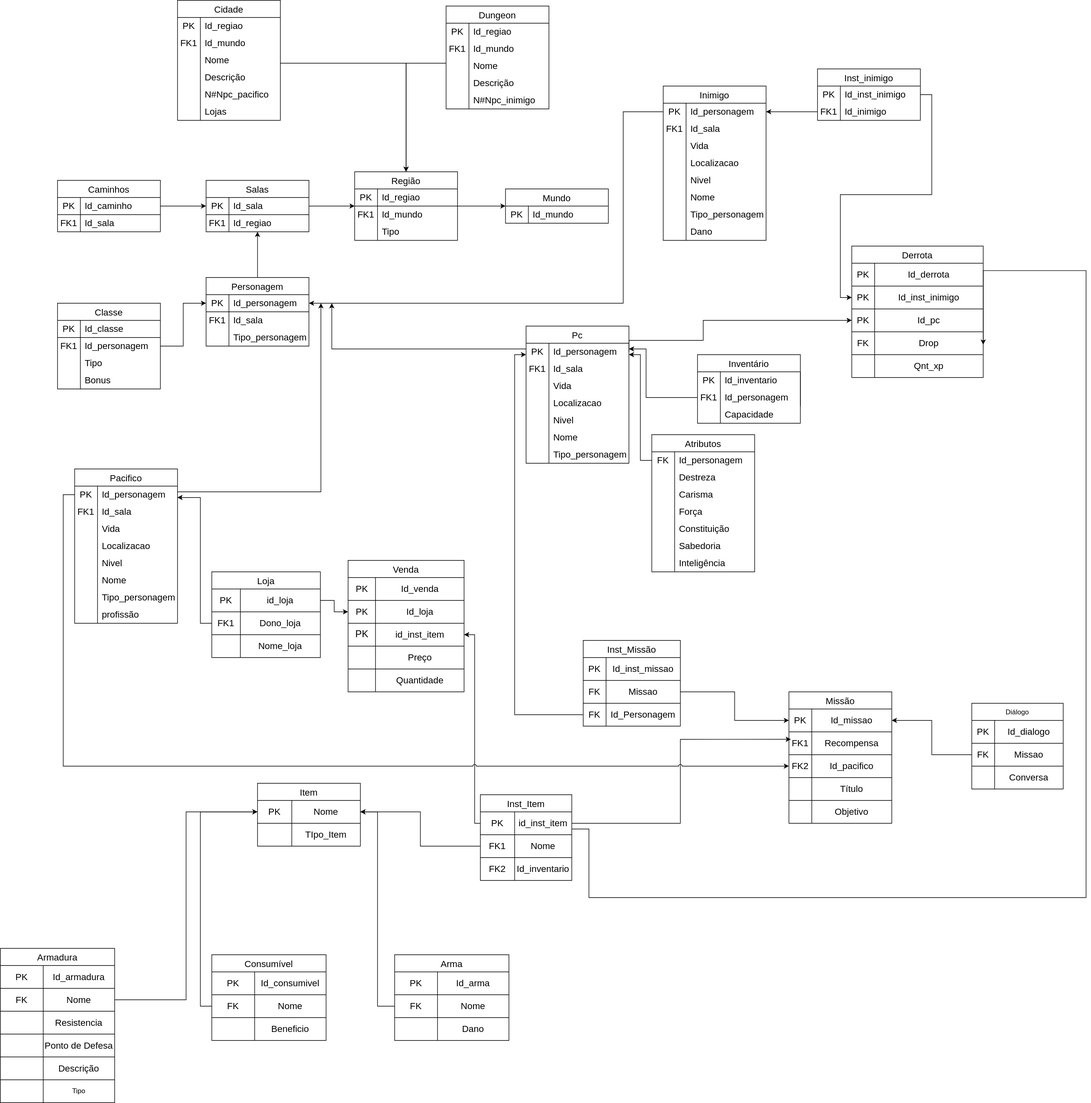
The draw.io diagram docs/modulo_01/MER.drawio.svg in SBD1/2024.2-D-D-classico, before a commit. Source tidied: cells renumbered, new cells last; positions are measured from the earlier drawing's top-left corner, leaving out a move shared by most shapes.
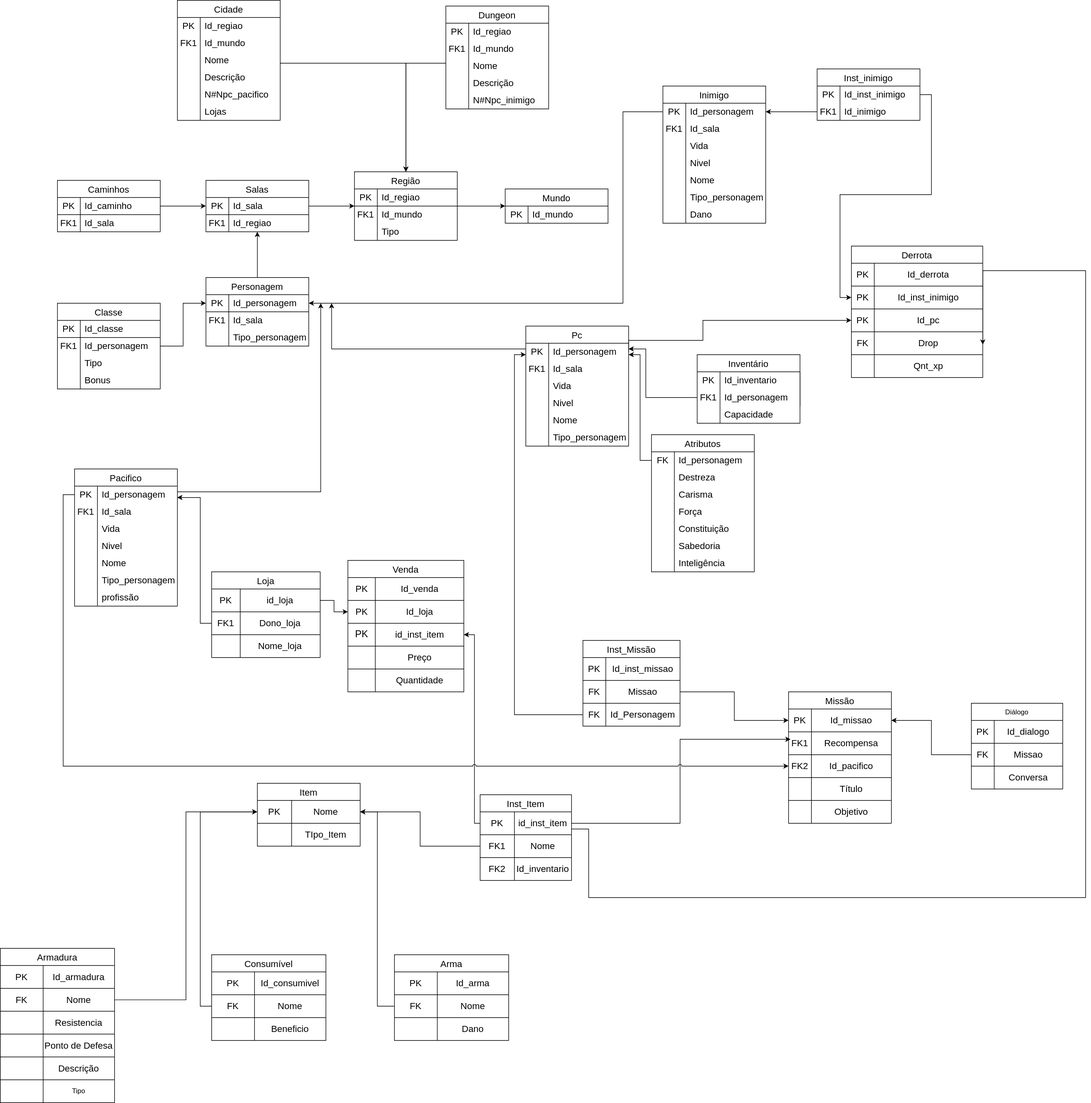
Above is the later version.

The edit, as a diff of the source:
```diff
@@ -70,7 +70,7 @@
     <mxCell id="21" style="edgeStyle=orthogonalEdgeStyle;rounded=0;jettySize=auto;html=1;" parent="1" edge="1" source="31" target="23">
       <mxGeometry relative="1" as="geometry" />
     </mxCell>
-    <mxCell id="22" style="edgeStyle=orthogonalEdgeStyle;rounded=0;jettySize=auto;html=1;" parent="1" edge="1" source="40" target="23">
+    <mxCell id="22" style="edgeStyle=orthogonalEdgeStyle;rounded=0;jettySize=auto;html=1;entryX=0.5;entryY=1;entryDx=0;entryDy=0;" parent="1" edge="1" source="40" target="23">
       <mxGeometry relative="1" as="geometry" />
     </mxCell>
     <mxCell id="23" value="Salas" style="shape=table;startSize=30;rowLines=0;fontStyle=0;strokeColor=default;fontSize=16;" parent="1" vertex="1">
@@ -600,7 +600,7 @@
       <mxGeometry relative="1" as="geometry" />
     </mxCell>
     <mxCell id="190" value="Pc" style="shape=table;startSize=30;rowLines=0;fontStyle=0;strokeColor=default;fontSize=16;" parent="1" vertex="1">
-      <mxGeometry x="920" y="570" width="180" height="240" as="geometry" />
+      <mxGeometry x="920" y="570" width="180" height="210" as="geometry" />
     </mxCell>
     <mxCell id="191" style="shape=tableRow;horizontal=0;startSize=0;swimlaneHead=0;swimlaneBody=0;top=0;left=0;bottom=0;right=0;fillColor=none;points=[[0,0.5],[1,0.5]];portConstraint=eastwest;strokeColor=inherit;fontSize=16;" parent="190" vertex="1">
       <mxGeometry y="30" width="180" height="30" as="geometry" />
@@ -629,17 +629,8 @@
     <mxCell id="199" value="Vida" style="shape=partialRectangle;html=1;whiteSpace=wrap;fillColor=none;top=0;left=0;bottom=0;right=0;align=left;spacingLeft=6;overflow=hidden;strokeColor=inherit;fontSize=16;" parent="197" vertex="1">
       <mxGeometry x="40" width="140" height="30" as="geometry" />
     </mxCell>
-    <mxCell id="200" style="shape=tableRow;horizontal=0;startSize=0;swimlaneHead=0;swimlaneBody=0;top=0;left=0;bottom=0;right=0;fillColor=none;strokeColor=inherit;fontSize=16;" parent="190" vertex="1">
-      <mxGeometry y="120" width="180" height="30" as="geometry" />
-    </mxCell>
-    <mxCell id="201" style="shape=partialRectangle;html=1;whiteSpace=wrap;fillColor=none;top=0;left=0;bottom=0;right=0;overflow=hidden;strokeColor=inherit;fontSize=16;" parent="200" vertex="1">
-      <mxGeometry width="40" height="30" as="geometry" />
-    </mxCell>
-    <mxCell id="202" value="Localizacao" style="shape=partialRectangle;html=1;whiteSpace=wrap;fillColor=none;top=0;left=0;bottom=0;right=0;align=left;spacingLeft=6;overflow=hidden;strokeColor=inherit;fontSize=16;" parent="200" vertex="1">
-      <mxGeometry x="40" width="140" height="30" as="geometry" />
-    </mxCell>
     <mxCell id="203" style="shape=tableRow;horizontal=0;startSize=0;swimlaneHead=0;swimlaneBody=0;top=0;left=0;bottom=0;right=0;fillColor=none;strokeColor=inherit;fontSize=16;" parent="190" vertex="1">
-      <mxGeometry y="150" width="180" height="30" as="geometry" />
+      <mxGeometry y="120" width="180" height="30" as="geometry" />
     </mxCell>
     <mxCell id="204" style="shape=partialRectangle;html=1;whiteSpace=wrap;fillColor=none;top=0;left=0;bottom=0;right=0;overflow=hidden;strokeColor=inherit;fontSize=16;" parent="203" vertex="1">
       <mxGeometry width="40" height="30" as="geometry" />
@@ -648,7 +639,7 @@
       <mxGeometry x="40" width="140" height="30" as="geometry" />
     </mxCell>
     <mxCell id="206" style="shape=tableRow;horizontal=0;startSize=0;swimlaneHead=0;swimlaneBody=0;top=0;left=0;bottom=0;right=0;fillColor=none;strokeColor=inherit;fontSize=16;" parent="190" vertex="1">
-      <mxGeometry y="180" width="180" height="30" as="geometry" />
+      <mxGeometry y="150" width="180" height="30" as="geometry" />
     </mxCell>
     <mxCell id="207" style="shape=partialRectangle;html=1;whiteSpace=wrap;fillColor=none;top=0;left=0;bottom=0;right=0;overflow=hidden;strokeColor=inherit;fontSize=16;" parent="206" vertex="1">
       <mxGeometry width="40" height="30" as="geometry" />
@@ -657,7 +648,7 @@
       <mxGeometry x="40" width="140" height="30" as="geometry" />
     </mxCell>
     <mxCell id="209" style="shape=tableRow;horizontal=0;startSize=0;swimlaneHead=0;swimlaneBody=0;top=0;left=0;bottom=0;right=0;fillColor=none;strokeColor=inherit;fontSize=16;" parent="190" vertex="1">
-      <mxGeometry y="210" width="180" height="30" as="geometry" />
+      <mxGeometry y="180" width="180" height="30" as="geometry" />
     </mxCell>
     <mxCell id="210" style="shape=partialRectangle;html=1;whiteSpace=wrap;fillColor=none;top=0;left=0;bottom=0;right=0;overflow=hidden;strokeColor=inherit;fontSize=16;" parent="209" vertex="1">
       <mxGeometry width="40" height="30" as="geometry" />
@@ -732,7 +723,7 @@
       <mxGeometry x="40" width="140" height="30" as="geometry" />
     </mxCell>
     <mxCell id="234" value="Pacifico" style="shape=table;startSize=30;rowLines=0;fontStyle=0;strokeColor=default;fontSize=16;" parent="1" vertex="1">
-      <mxGeometry x="130" y="820" width="180" height="270" as="geometry" />
+      <mxGeometry x="130" y="820" width="180" height="240" as="geometry" />
     </mxCell>
     <mxCell id="235" style="shape=tableRow;horizontal=0;startSize=0;swimlaneHead=0;swimlaneBody=0;top=0;left=0;bottom=0;right=0;fillColor=none;points=[[0,0.5],[1,0.5]];portConstraint=eastwest;strokeColor=inherit;fontSize=16;" parent="234" vertex="1">
       <mxGeometry y="30" width="180" height="30" as="geometry" />
@@ -761,17 +752,8 @@
     <mxCell id="243" value="Vida" style="shape=partialRectangle;html=1;whiteSpace=wrap;fillColor=none;top=0;left=0;bottom=0;right=0;align=left;spacingLeft=6;overflow=hidden;strokeColor=inherit;fontSize=16;" parent="241" vertex="1">
       <mxGeometry x="40" width="140" height="30" as="geometry" />
     </mxCell>
-    <mxCell id="244" style="shape=tableRow;horizontal=0;startSize=0;swimlaneHead=0;swimlaneBody=0;top=0;left=0;bottom=0;right=0;fillColor=none;strokeColor=inherit;fontSize=16;" parent="234" vertex="1">
-      <mxGeometry y="120" width="180" height="30" as="geometry" />
-    </mxCell>
-    <mxCell id="245" style="shape=partialRectangle;html=1;whiteSpace=wrap;fillColor=none;top=0;left=0;bottom=0;right=0;overflow=hidden;strokeColor=inherit;fontSize=16;" parent="244" vertex="1">
-      <mxGeometry width="40" height="30" as="geometry" />
-    </mxCell>
-    <mxCell id="246" value="Localizacao" style="shape=partialRectangle;html=1;whiteSpace=wrap;fillColor=none;top=0;left=0;bottom=0;right=0;align=left;spacingLeft=6;overflow=hidden;strokeColor=inherit;fontSize=16;" parent="244" vertex="1">
-      <mxGeometry x="40" width="140" height="30" as="geometry" />
-    </mxCell>
     <mxCell id="247" style="shape=tableRow;horizontal=0;startSize=0;swimlaneHead=0;swimlaneBody=0;top=0;left=0;bottom=0;right=0;fillColor=none;strokeColor=inherit;fontSize=16;" parent="234" vertex="1">
-      <mxGeometry y="150" width="180" height="30" as="geometry" />
+      <mxGeometry y="120" width="180" height="30" as="geometry" />
     </mxCell>
     <mxCell id="248" style="shape=partialRectangle;html=1;whiteSpace=wrap;fillColor=none;top=0;left=0;bottom=0;right=0;overflow=hidden;strokeColor=inherit;fontSize=16;" parent="247" vertex="1">
       <mxGeometry width="40" height="30" as="geometry" />
@@ -780,7 +762,7 @@
       <mxGeometry x="40" width="140" height="30" as="geometry" />
     </mxCell>
     <mxCell id="250" style="shape=tableRow;horizontal=0;startSize=0;swimlaneHead=0;swimlaneBody=0;top=0;left=0;bottom=0;right=0;fillColor=none;strokeColor=inherit;fontSize=16;" parent="234" vertex="1">
-      <mxGeometry y="180" width="180" height="30" as="geometry" />
+      <mxGeometry y="150" width="180" height="30" as="geometry" />
     </mxCell>
     <mxCell id="251" style="shape=partialRectangle;html=1;whiteSpace=wrap;fillColor=none;top=0;left=0;bottom=0;right=0;overflow=hidden;strokeColor=inherit;fontSize=16;" parent="250" vertex="1">
       <mxGeometry width="40" height="30" as="geometry" />
@@ -789,7 +771,7 @@
       <mxGeometry x="40" width="140" height="30" as="geometry" />
     </mxCell>
     <mxCell id="253" style="shape=tableRow;horizontal=0;startSize=0;swimlaneHead=0;swimlaneBody=0;top=0;left=0;bottom=0;right=0;fillColor=none;strokeColor=inherit;fontSize=16;" parent="234" vertex="1">
-      <mxGeometry y="210" width="180" height="30" as="geometry" />
+      <mxGeometry y="180" width="180" height="30" as="geometry" />
     </mxCell>
     <mxCell id="254" style="shape=partialRectangle;html=1;whiteSpace=wrap;fillColor=none;top=0;left=0;bottom=0;right=0;overflow=hidden;strokeColor=inherit;fontSize=16;" parent="253" vertex="1">
       <mxGeometry width="40" height="30" as="geometry" />
@@ -798,7 +780,7 @@
       <mxGeometry x="40" width="140" height="30" as="geometry" />
     </mxCell>
     <mxCell id="256" style="shape=tableRow;horizontal=0;startSize=0;swimlaneHead=0;swimlaneBody=0;top=0;left=0;bottom=0;right=0;fillColor=none;strokeColor=inherit;fontSize=16;" parent="234" vertex="1">
-      <mxGeometry y="240" width="180" height="30" as="geometry" />
+      <mxGeometry y="210" width="180" height="30" as="geometry" />
     </mxCell>
     <mxCell id="257" style="shape=partialRectangle;html=1;whiteSpace=wrap;fillColor=none;top=0;left=0;bottom=0;right=0;overflow=hidden;strokeColor=inherit;fontSize=16;" parent="256" vertex="1">
       <mxGeometry width="40" height="30" as="geometry" />
@@ -807,7 +789,7 @@
       <mxGeometry x="40" width="140" height="30" as="geometry" />
     </mxCell>
     <mxCell id="259" value="Inimigo" style="shape=table;startSize=30;rowLines=0;fontStyle=0;strokeColor=default;fontSize=16;" parent="1" vertex="1">
-      <mxGeometry x="1160" y="150" width="180" height="270" as="geometry" />
+      <mxGeometry x="1160" y="150" width="180" height="240" as="geometry" />
     </mxCell>
     <mxCell id="260" style="shape=tableRow;horizontal=0;startSize=0;swimlaneHead=0;swimlaneBody=0;top=0;left=0;bottom=0;right=0;fillColor=none;points=[[0,0.5],[1,0.5]];portConstraint=eastwest;strokeColor=inherit;fontSize=16;" parent="259" vertex="1">
       <mxGeometry y="30" width="180" height="30" as="geometry" />
@@ -836,17 +818,8 @@
     <mxCell id="268" value="Vida" style="shape=partialRectangle;html=1;whiteSpace=wrap;fillColor=none;top=0;left=0;bottom=0;right=0;align=left;spacingLeft=6;overflow=hidden;strokeColor=inherit;fontSize=16;" parent="266" vertex="1">
       <mxGeometry x="40" width="140" height="30" as="geometry" />
     </mxCell>
-    <mxCell id="269" style="shape=tableRow;horizontal=0;startSize=0;swimlaneHead=0;swimlaneBody=0;top=0;left=0;bottom=0;right=0;fillColor=none;strokeColor=inherit;fontSize=16;" parent="259" vertex="1">
-      <mxGeometry y="120" width="180" height="30" as="geometry" />
-    </mxCell>
-    <mxCell id="270" style="shape=partialRectangle;html=1;whiteSpace=wrap;fillColor=none;top=0;left=0;bottom=0;right=0;overflow=hidden;strokeColor=inherit;fontSize=16;" parent="269" vertex="1">
-      <mxGeometry width="40" height="30" as="geometry" />
-    </mxCell>
-    <mxCell id="271" value="Localizacao" style="shape=partialRectangle;html=1;whiteSpace=wrap;fillColor=none;top=0;left=0;bottom=0;right=0;align=left;spacingLeft=6;overflow=hidden;strokeColor=inherit;fontSize=16;" parent="269" vertex="1">
-      <mxGeometry x="40" width="140" height="30" as="geometry" />
-    </mxCell>
     <mxCell id="272" style="shape=tableRow;horizontal=0;startSize=0;swimlaneHead=0;swimlaneBody=0;top=0;left=0;bottom=0;right=0;fillColor=none;strokeColor=inherit;fontSize=16;" parent="259" vertex="1">
-      <mxGeometry y="150" width="180" height="30" as="geometry" />
+      <mxGeometry y="120" width="180" height="30" as="geometry" />
     </mxCell>
     <mxCell id="273" style="shape=partialRectangle;html=1;whiteSpace=wrap;fillColor=none;top=0;left=0;bottom=0;right=0;overflow=hidden;strokeColor=inherit;fontSize=16;" parent="272" vertex="1">
       <mxGeometry width="40" height="30" as="geometry" />
@@ -855,7 +828,7 @@
       <mxGeometry x="40" width="140" height="30" as="geometry" />
     </mxCell>
     <mxCell id="275" style="shape=tableRow;horizontal=0;startSize=0;swimlaneHead=0;swimlaneBody=0;top=0;left=0;bottom=0;right=0;fillColor=none;strokeColor=inherit;fontSize=16;" parent="259" vertex="1">
-      <mxGeometry y="180" width="180" height="30" as="geometry" />
+      <mxGeometry y="150" width="180" height="30" as="geometry" />
     </mxCell>
     <mxCell id="276" style="shape=partialRectangle;html=1;whiteSpace=wrap;fillColor=none;top=0;left=0;bottom=0;right=0;overflow=hidden;strokeColor=inherit;fontSize=16;" parent="275" vertex="1">
       <mxGeometry width="40" height="30" as="geometry" />
@@ -864,7 +837,7 @@
       <mxGeometry x="40" width="140" height="30" as="geometry" />
     </mxCell>
     <mxCell id="278" style="shape=tableRow;horizontal=0;startSize=0;swimlaneHead=0;swimlaneBody=0;top=0;left=0;bottom=0;right=0;fillColor=none;strokeColor=inherit;fontSize=16;" parent="259" vertex="1">
-      <mxGeometry y="210" width="180" height="30" as="geometry" />
+      <mxGeometry y="180" width="180" height="30" as="geometry" />
     </mxCell>
     <mxCell id="279" style="shape=partialRectangle;html=1;whiteSpace=wrap;fillColor=none;top=0;left=0;bottom=0;right=0;overflow=hidden;strokeColor=inherit;fontSize=16;" parent="278" vertex="1">
       <mxGeometry width="40" height="30" as="geometry" />
@@ -873,7 +846,7 @@
       <mxGeometry x="40" width="140" height="30" as="geometry" />
     </mxCell>
     <mxCell id="281" style="shape=tableRow;horizontal=0;startSize=0;swimlaneHead=0;swimlaneBody=0;top=0;left=0;bottom=0;right=0;fillColor=none;strokeColor=inherit;fontSize=16;" parent="259" vertex="1">
-      <mxGeometry y="240" width="180" height="30" as="geometry" />
+      <mxGeometry y="210" width="180" height="30" as="geometry" />
     </mxCell>
     <mxCell id="282" style="shape=partialRectangle;html=1;whiteSpace=wrap;fillColor=none;top=0;left=0;bottom=0;right=0;overflow=hidden;strokeColor=inherit;fontSize=16;" parent="281" vertex="1">
       <mxGeometry width="40" height="30" as="geometry" />
```
